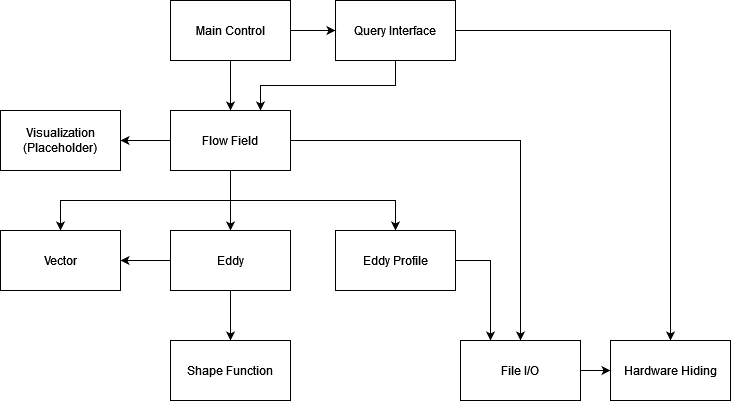
This is docs/Design/SoftArchitecture/UsesHierarchy.png from omltcat/turbulent-flow, a draw.io export, as it was before one commit. Source tidied: cells renumbered, new cells last; positions are measured from the earlier drawing's top-left corner, leaving out a move shared by most shapes.
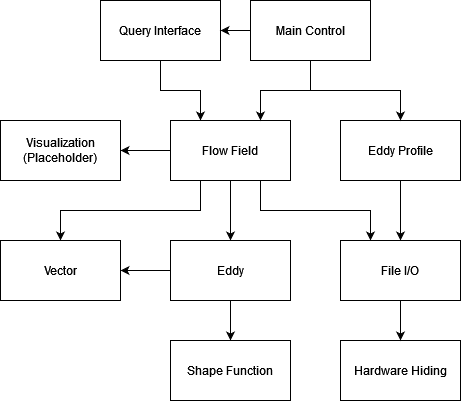
After the commit.

Change to the diagram source:
```diff
@@ -3,38 +3,32 @@
     <mxCell id="0" />
     <mxCell id="1" parent="0" />
     <mxCell id="2" value="Hardware Hiding" style="rounded=0;whiteSpace=wrap;html=1;" parent="1" vertex="1">
-      <mxGeometry x="610" y="340" width="120" height="60" as="geometry" />
+      <mxGeometry x="340" y="330" width="120" height="60" as="geometry" />
     </mxCell>
-    <mxCell id="3" style="edgeStyle=orthogonalEdgeStyle;rounded=0;jettySize=auto;html=1;exitX=0.5;exitY=1;exitDx=0;exitDy=0;entryX=0.75;entryY=0;entryDx=0;entryDy=0;" parent="1" edge="1" source="5" target="13">
+    <mxCell id="3" style="edgeStyle=orthogonalEdgeStyle;rounded=0;jettySize=auto;html=1;entryX=0.25;entryY=0;entryDx=0;entryDy=0;" parent="1" edge="1" source="5" target="13">
       <mxGeometry relative="1" as="geometry" />
     </mxCell>
-    <mxCell id="4" style="edgeStyle=orthogonalEdgeStyle;rounded=0;jettySize=auto;html=1;exitX=1;exitY=0.5;exitDx=0;exitDy=0;entryX=0.5;entryY=0;entryDx=0;entryDy=0;" parent="1" edge="1" source="5" target="2">
-      <mxGeometry relative="1" as="geometry" />
-    </mxCell>
     <mxCell id="5" value="Query Interface" style="rounded=0;whiteSpace=wrap;html=1;" parent="1" vertex="1">
-      <mxGeometry x="335" width="120" height="60" as="geometry" />
+      <mxGeometry x="100" y="-10" width="120" height="60" as="geometry" />
     </mxCell>
-    <mxCell id="6" style="edgeStyle=orthogonalEdgeStyle;rounded=0;jettySize=auto;html=1;exitX=1;exitY=0.5;exitDx=0;exitDy=0;entryX=0.25;entryY=0;entryDx=0;entryDy=0;" parent="1" edge="1" source="7" target="23">
+    <mxCell id="6" style="edgeStyle=orthogonalEdgeStyle;rounded=0;jettySize=auto;html=1;" parent="1" edge="1" source="7" target="23">
       <mxGeometry relative="1" as="geometry" />
     </mxCell>
     <mxCell id="7" value="Eddy Profile" style="rounded=0;whiteSpace=wrap;html=1;" parent="1" vertex="1">
-      <mxGeometry x="335" y="230" width="120" height="60" as="geometry" />
+      <mxGeometry x="340" y="110" width="120" height="60" as="geometry" />
     </mxCell>
     <mxCell id="8" style="edgeStyle=orthogonalEdgeStyle;rounded=0;jettySize=auto;html=1;" parent="1" edge="1" source="13" target="16">
       <mxGeometry relative="1" as="geometry" />
     </mxCell>
-    <mxCell id="9" style="edgeStyle=orthogonalEdgeStyle;rounded=0;jettySize=auto;html=1;exitX=0.5;exitY=1;exitDx=0;exitDy=0;entryX=0.5;entryY=0;entryDx=0;entryDy=0;" parent="1" edge="1" source="13" target="18">
-      <mxGeometry relative="1" as="geometry" />
-    </mxCell>
-    <mxCell id="10" style="edgeStyle=orthogonalEdgeStyle;rounded=0;jettySize=auto;html=1;exitX=0.5;exitY=1;exitDx=0;exitDy=0;entryX=0.5;entryY=0;entryDx=0;entryDy=0;" parent="1" edge="1" source="13" target="7">
-      <mxGeometry relative="1" as="geometry" />
-    </mxCell>
     <mxCell id="11" style="edgeStyle=orthogonalEdgeStyle;rounded=0;jettySize=auto;html=1;" parent="1" edge="1" source="13" target="24">
       <mxGeometry relative="1" as="geometry" />
     </mxCell>
-    <mxCell id="12" style="edgeStyle=orthogonalEdgeStyle;rounded=0;jettySize=auto;html=1;exitX=1;exitY=0.5;exitDx=0;exitDy=0;entryX=0.5;entryY=0;entryDx=0;entryDy=0;" parent="1" edge="1" source="13" target="23">
+    <mxCell id="12" style="edgeStyle=orthogonalEdgeStyle;rounded=0;jettySize=auto;html=1;exitX=0.75;exitY=1;exitDx=0;exitDy=0;entryX=0.25;entryY=0;entryDx=0;entryDy=0;" parent="1" edge="1" source="13" target="23">
       <mxGeometry relative="1" as="geometry" />
     </mxCell>
+    <mxCell id="9" style="edgeStyle=orthogonalEdgeStyle;rounded=0;jettySize=auto;html=1;exitX=0.25;exitY=1;exitDx=0;exitDy=0;entryX=0.5;entryY=0;entryDx=0;entryDy=0;" parent="1" edge="1" source="13" target="18">
+      <mxGeometry relative="1" as="geometry" />
+    </mxCell>
     <mxCell id="13" value="Flow Field" style="rounded=0;whiteSpace=wrap;html=1;" parent="1" vertex="1">
       <mxGeometry x="170" y="110" width="120" height="60" as="geometry" />
     </mxCell>
@@ -48,27 +42,28 @@
       <mxGeometry x="170" y="230" width="120" height="60" as="geometry" />
     </mxCell>
     <mxCell id="17" value="Shape Function" style="rounded=0;whiteSpace=wrap;html=1;" parent="1" vertex="1">
-      <mxGeometry x="170" y="340" width="120" height="60" as="geometry" />
+      <mxGeometry x="170" y="330" width="120" height="60" as="geometry" />
     </mxCell>
     <mxCell id="18" value="Vector" style="rounded=0;whiteSpace=wrap;html=1;" parent="1" vertex="1">
       <mxGeometry y="230" width="120" height="60" as="geometry" />
     </mxCell>
-    <mxCell id="19" style="edgeStyle=orthogonalEdgeStyle;rounded=0;jettySize=auto;html=1;exitX=0.5;exitY=1;exitDx=0;exitDy=0;" parent="1" edge="1" source="21">
-      <mxGeometry relative="1" as="geometry">
-        <mxPoint x="230" y="110" as="targetPoint" />
-      </mxGeometry>
-    </mxCell>
+    <mxCell id="25" style="edgeStyle=orthogonalEdgeStyle;rounded=0;jettySize=auto;html=1;exitX=0.5;exitY=1;exitDx=0;exitDy=0;entryX=0.5;entryY=0;entryDx=0;entryDy=0;" parent="1" edge="1" source="21" target="7">
+      <mxGeometry relative="1" as="geometry" />
+    </mxCell>
+    <mxCell id="26" style="edgeStyle=orthogonalEdgeStyle;rounded=0;jettySize=auto;html=1;exitX=0.5;exitY=1;exitDx=0;exitDy=0;entryX=0.75;entryY=0;entryDx=0;entryDy=0;" parent="1" edge="1" source="21" target="13">
+      <mxGeometry relative="1" as="geometry" />
+    </mxCell>
     <mxCell id="20" style="edgeStyle=orthogonalEdgeStyle;rounded=0;jettySize=auto;html=1;" parent="1" edge="1" source="21" target="5">
       <mxGeometry relative="1" as="geometry" />
     </mxCell>
     <mxCell id="21" value="&lt;div&gt;Main Control&lt;/div&gt;" style="rounded=0;whiteSpace=wrap;html=1;" parent="1" vertex="1">
-      <mxGeometry x="170" width="120" height="60" as="geometry" />
+      <mxGeometry x="250" y="-10" width="120" height="60" as="geometry" />
     </mxCell>
     <mxCell id="22" style="edgeStyle=orthogonalEdgeStyle;rounded=0;jettySize=auto;html=1;" parent="1" edge="1" source="23" target="2">
       <mxGeometry relative="1" as="geometry" />
     </mxCell>
     <mxCell id="23" value="File I/O" style="rounded=0;whiteSpace=wrap;html=1;" parent="1" vertex="1">
-      <mxGeometry x="460" y="340" width="120" height="60" as="geometry" />
+      <mxGeometry x="340" y="230" width="120" height="60" as="geometry" />
     </mxCell>
     <mxCell id="24" value="&lt;div&gt;Visualization&lt;/div&gt;(Placeholder)" style="rounded=0;whiteSpace=wrap;html=1;" parent="1" vertex="1">
       <mxGeometry y="110" width="120" height="60" as="geometry" />
```
